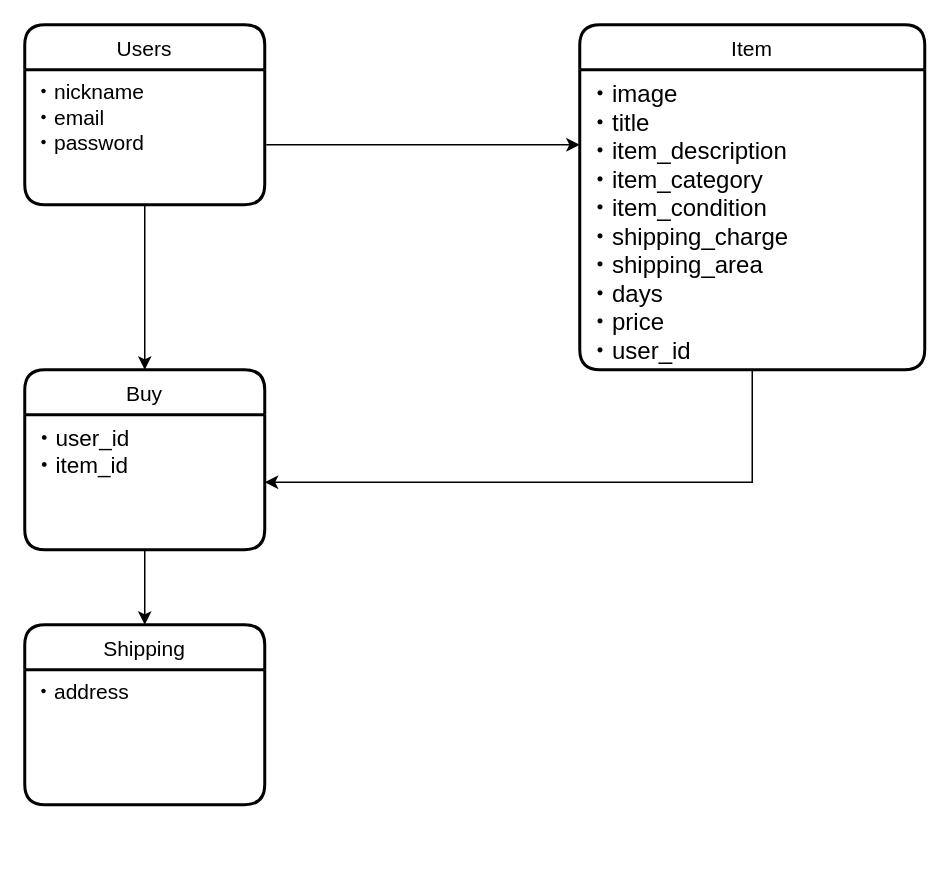
The draw.io diagram furima.dio in kenta6kmg/furima-35598, before the edit. Source tidied: cells renumbered, new cells numbered last; positions are measured from the earlier drawing's top-left corner, leaving out a move shared by most shapes. Both pictures are drawn from the tidied source at 150%, with x=0, y=0 at pixel (24, 24).
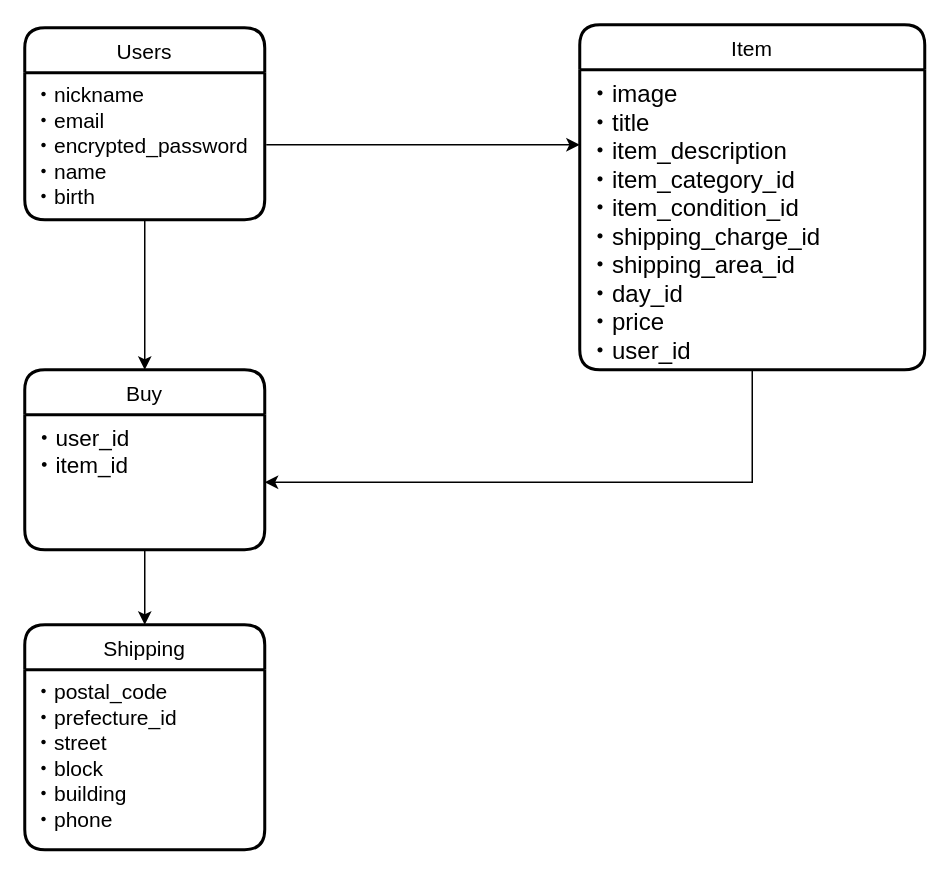
The same page after the edit.

Commit message (it also covers changes not shown here):
READMEとER図の修正

What changed in the source:
```diff
@@
 <mxGraphModel>
   <root>
     <mxCell id="0" />
     <mxCell id="1" parent="0" />
     <mxCell id="2" value="Users" style="swimlane;horizontal=1;startSize=30;rounded=1;fontSize=14;fontStyle=0;strokeWidth=2;shadow=0;dashed=0;align=center;" parent="1" vertex="1">
-      <mxGeometry width="160" height="120" as="geometry" />
+      <mxGeometry y="2" width="160" height="128" as="geometry" />
     </mxCell>
-    <mxCell id="3" value="・nickname&#10;・email&#10;・password" style="align=left;strokeColor=none;fillColor=none;spacingLeft=4;fontSize=14;verticalAlign=top;" parent="2" vertex="1">
-      <mxGeometry y="30" width="160" height="90" as="geometry" />
+    <mxCell id="3" value="・nickname&#10;・email&#10;・encrypted_password&#10;・name&#10;・birth&#10;" style="align=left;strokeColor=none;fillColor=none;spacingLeft=4;fontSize=14;verticalAlign=top;" parent="2" vertex="1">
+      <mxGeometry y="30" width="160" height="98" as="geometry" />
     </mxCell>
     <mxCell id="4" value="Item" style="swimlane;horizontal=1;startSize=30;rounded=1;fontSize=14;fontStyle=0;strokeWidth=2;shadow=0;dashed=0;align=center;" parent="1" vertex="1">
       <mxGeometry x="370" width="230" height="230" as="geometry" />
     </mxCell>
-    <mxCell id="5" value="・image&#10;・title&#10;・item_description&#10;・item_category&#10;・item_condition&#10;・shipping_charge&#10;・shipping_area&#10;・days&#10;・price&#10;・user_id&#10;" style="align=left;strokeColor=none;fillColor=none;spacingLeft=4;fontSize=16;verticalAlign=top;" parent="4" vertex="1">
+    <mxCell id="5" value="・image&#10;・title&#10;・item_description&#10;・item_category_id&#10;・item_condition_id&#10;・shipping_charge_id&#10;・shipping_area_id&#10;・day_id&#10;・price&#10;・user_id&#10;" style="align=left;strokeColor=none;fillColor=none;spacingLeft=4;fontSize=16;verticalAlign=top;" parent="4" vertex="1">
       <mxGeometry y="30" width="230" height="200" as="geometry" />
     </mxCell>
     <mxCell id="6" value="Buy" style="swimlane;horizontal=1;startSize=30;rounded=1;fontSize=14;fontStyle=0;strokeWidth=2;shadow=0;dashed=0;align=center;" parent="1" vertex="1">
       <mxGeometry y="230" width="160" height="120" as="geometry" />
     </mxCell>
     <mxCell id="7" value="・user_id&#10;・item_id" style="align=left;strokeColor=none;fillColor=none;spacingLeft=4;fontSize=15;verticalAlign=top;" parent="6" vertex="1">
       <mxGeometry y="30" width="160" height="90" as="geometry" />
     </mxCell>
     <mxCell id="8" value="Shipping" style="swimlane;horizontal=1;startSize=30;rounded=1;fontSize=14;fontStyle=0;strokeWidth=2;shadow=0;dashed=0;align=center;" parent="1" vertex="1">
-      <mxGeometry y="400" width="160" height="120" as="geometry" />
+      <mxGeometry y="400" width="160" height="150" as="geometry" />
     </mxCell>
-    <mxCell id="9" value="・address" style="align=left;strokeColor=none;fillColor=none;spacingLeft=4;fontSize=14;verticalAlign=top;" parent="8" vertex="1">
-      <mxGeometry y="30" width="160" height="90" as="geometry" />
+    <mxCell id="9" value="・postal_code&#10;・prefecture_id&#10;・street&#10;・block&#10;・building&#10;・phone" style="align=left;strokeColor=none;fillColor=none;spacingLeft=4;fontSize=14;verticalAlign=top;" parent="8" vertex="1">
+      <mxGeometry y="30" width="160" height="120" as="geometry" />
     </mxCell>
     <mxCell id="10" style="edgeStyle=orthogonalEdgeStyle;rounded=0;jettySize=auto;html=1;entryX=0;entryY=0.25;entryDx=0;entryDy=0;fontSize=15;" parent="1" edge="1" target="5">
       <mxGeometry relative="1" as="geometry">
         <mxPoint x="161" y="80" as="sourcePoint" />
         <Array as="points">
           <mxPoint x="161" y="80" />
         </Array>
       </mxGeometry>
     </mxCell>
     <mxCell id="11" style="edgeStyle=orthogonalEdgeStyle;rounded=0;jettySize=auto;html=1;exitX=0.5;exitY=1;exitDx=0;exitDy=0;entryX=0.5;entryY=0;entryDx=0;entryDy=0;fontSize=15;" parent="1" edge="1" source="3" target="6">
       <mxGeometry relative="1" as="geometry" />
     </mxCell>
     <mxCell id="12" style="edgeStyle=orthogonalEdgeStyle;rounded=0;jettySize=auto;html=1;exitX=0.5;exitY=1;exitDx=0;exitDy=0;entryX=1;entryY=0.5;entryDx=0;entryDy=0;fontSize=15;" parent="1" edge="1" source="5" target="7">
       <mxGeometry relative="1" as="geometry" />
     </mxCell>
     <mxCell id="13" style="edgeStyle=orthogonalEdgeStyle;rounded=0;jettySize=auto;html=1;exitX=0.5;exitY=1;exitDx=0;exitDy=0;entryX=0.5;entryY=0;entryDx=0;entryDy=0;fontSize=15;" parent="1" edge="1" source="7" target="8">
       <mxGeometry relative="1" as="geometry" />
     </mxCell>
   </root>
 </mxGraphModel>
```
